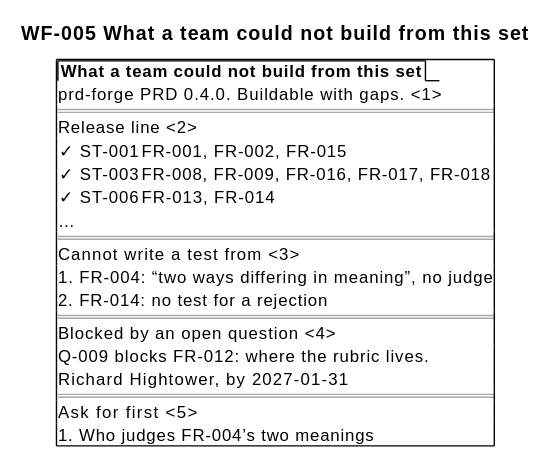
This is docs/prd/prd-forge/diagrams/WF-005.svg from SpillwaveSolutions/prd-forge, a PlantUML export, as it was before one commit. The source it was exported from:
```plantuml
@startsalt
title WF-005 What a team could not build from this set
{+
  {/ <b>What a team could not build from this set</b> }
  prd-forge PRD 0.4.0. Buildable with gaps. <1>
  ==
  Release line <2>
  {
    ✓ ST-001 | FR-001, FR-002, FR-015
    ✓ ST-003 | FR-008, FR-009, FR-016, FR-017, FR-018
    ✓ ST-006 | FR-013, FR-014
  }
  …
  ==
  Cannot write a test from <3>
  1. FR-004: “two ways differing in meaning”, no judge
  2. FR-014: no test for a rejection
  ==
  Blocked by an open question <4>
  Q-009 blocks FR-012: where the rubric lives.
  Richard Hightower, by 2027-01-31
  ==
  Ask for first <5>
  1. Who judges FR-004’s two meanings
}
@endsalt
```
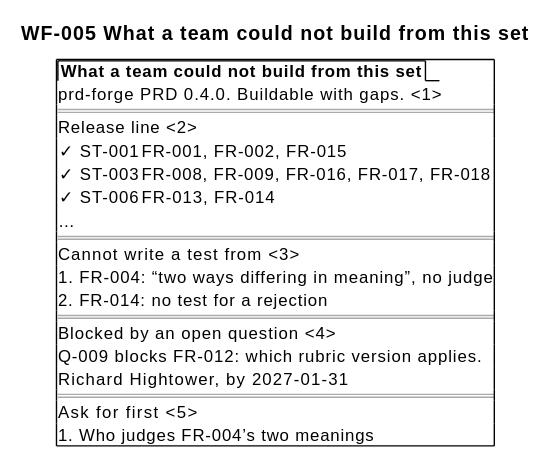
Later version of the same file.

What changed in the source:
```diff
@@ -17,7 +17,7 @@
   2. FR-014: no test for a rejection
   ==
   Blocked by an open question <4>
-  Q-009 blocks FR-012: where the rubric lives.
+  Q-009 blocks FR-012: which rubric version applies.
   Richard Hightower, by 2027-01-31
   ==
   Ask for first <5>
```
